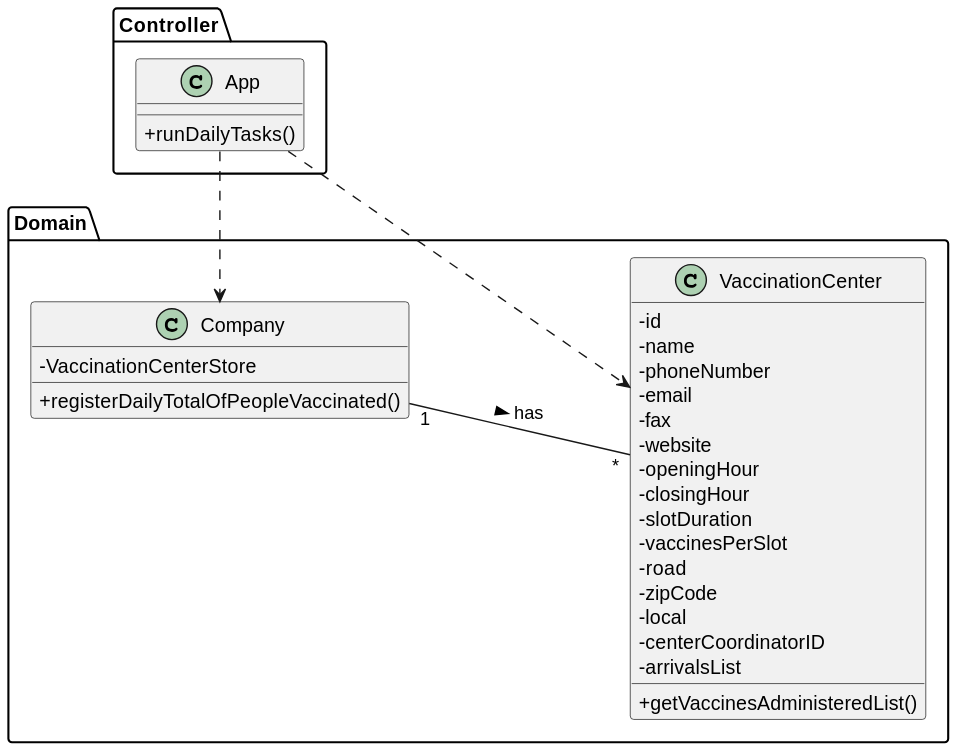
Earlier version of the PlantUML export docs/SprintD/US006/US006_CD.svg (Pirussa/lei-22-s2-1da-g02).
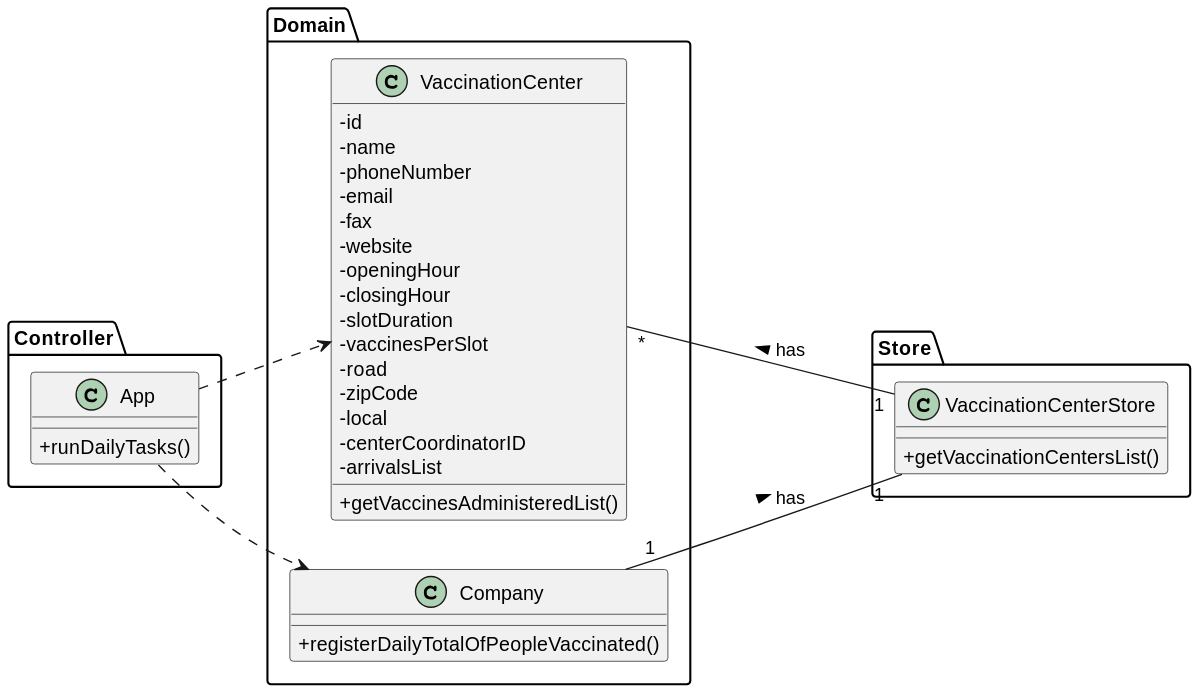
Above is the later version.

What changed in the source:
```diff
@@ -29,15 +29,21 @@
 
 
 class Company{
--VaccinationCenterStore
 +registerDailyTotalOfPeopleVaccinated()
+}
+}
+
+package Store{
+class VaccinationCenterStore{
++getVaccinationCentersList()
 }
 }
 
 left to right direction
 
 
-App .r.> Company
+App ..> Company
 App .>VaccinationCenter
-Company"1" --- "*"VaccinationCenter: > has
+Company "1" --- "1" VaccinationCenterStore: > has
+VaccinationCenterStore"1" --- "*"VaccinationCenter: > has
 @enduml
```
